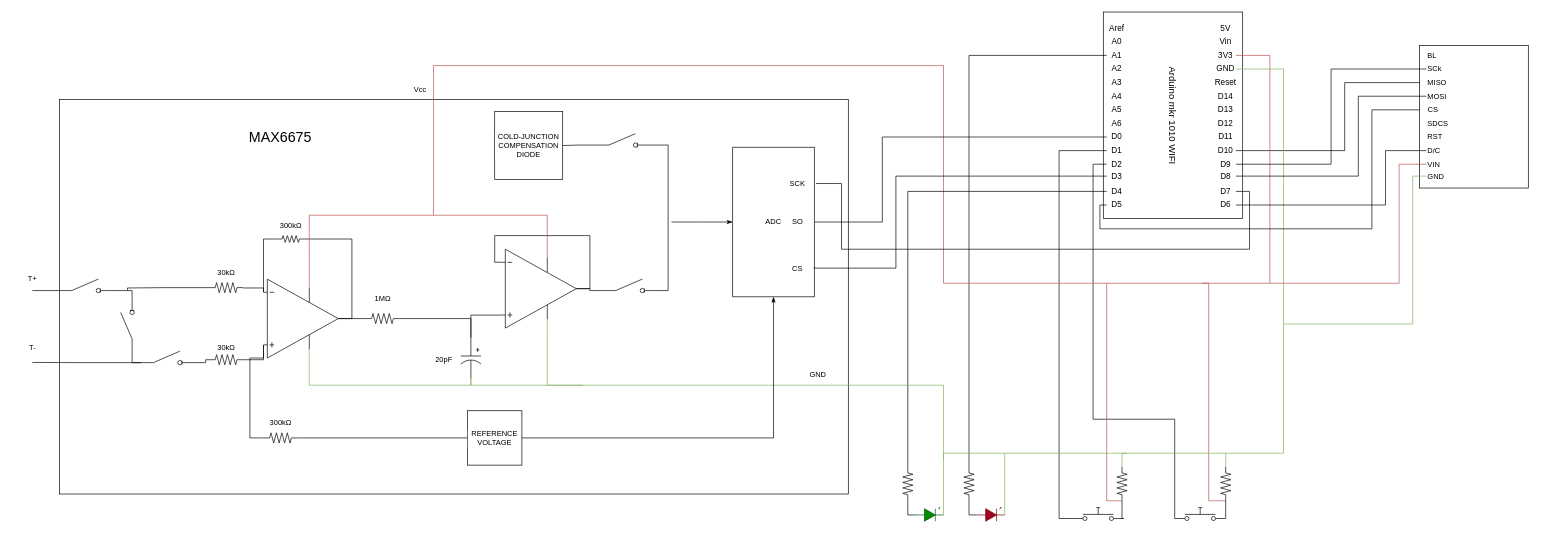
Gonram0s/pomodoro keeps this draw.io diagram as Diagrama sem nome.drawio. Above is the earlier version. Source tidied: cells renumbered, new cells numbered last; positions are measured from the earlier drawing's top-left corner, leaving out a move shared by most shapes. Both pictures are drawn from the tidied source at 68%, with x=0, y=0 at pixel (18, 24).
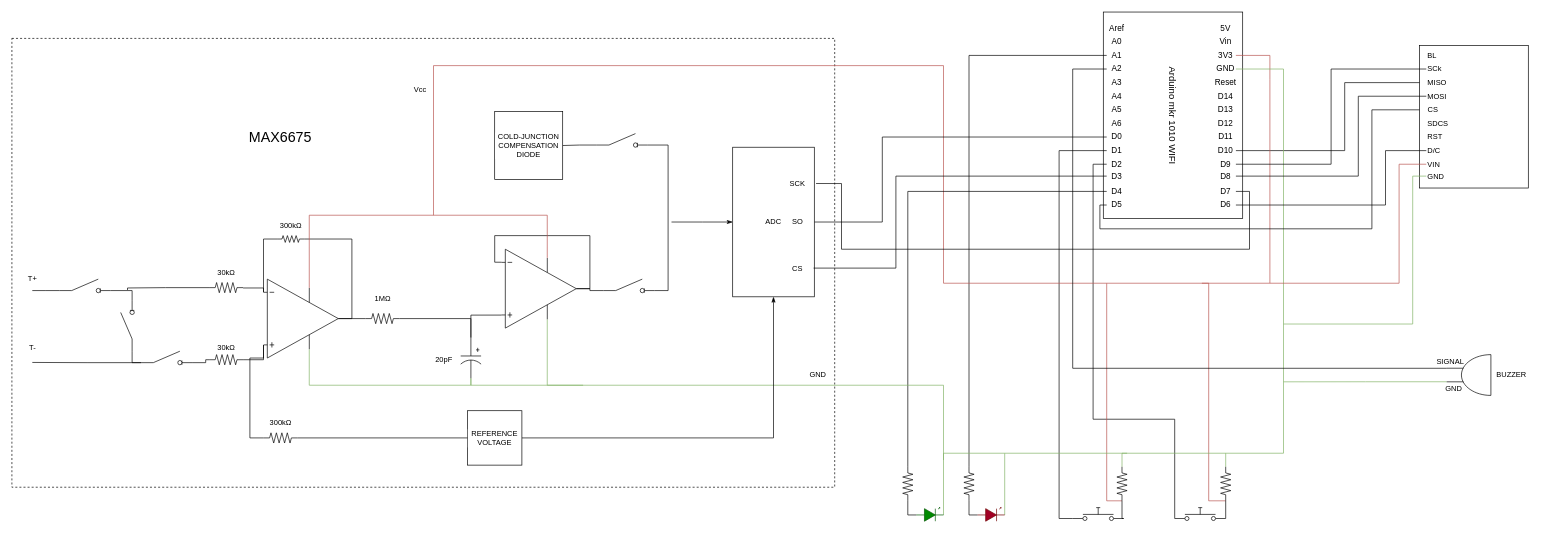
The same diagram, later.

The change refers to these unchanged cells:
```xml
<mxCell id="7" value="A2" style="text;html=1;align=center;verticalAlign=middle;whiteSpace=wrap;rounded=0;" parent="1" vertex="1">
  <mxGeometry x="1600" y="60" width="30" height="10" as="geometry" />
</mxCell>
```

Diff of the diagram source:
```diff
@@
-    <mxCell id="3" style="rounded=0;whiteSpace=wrap;html=1;fontFamily=Helvetica;fontSize=11;fontColor=default;labelBackgroundColor=default;fillColor=none;strokeColor=default;imageAspect=1;" parent="1" vertex="1">
-      <mxGeometry x="60" y="110" width="1160" height="580" as="geometry" />
+    <mxCell id="3" style="rounded=0;whiteSpace=wrap;html=1;fontFamily=Helvetica;fontSize=11;fontColor=default;labelBackgroundColor=default;fillColor=none;strokeColor=default;imageAspect=1;dashed=1;" parent="1" vertex="1">
+      <mxGeometry x="-10" y="20" width="1210" height="660" as="geometry" />
     </mxCell>
@@
+    <mxCell id="132" style="edgeStyle=orthogonalEdgeStyle;rounded=0;jettySize=auto;html=1;exitX=1;exitY=0.665;exitDx=0;exitDy=0;exitPerimeter=0;entryX=0;entryY=0.5;entryDx=0;entryDy=0;endArrow=none;endFill=0;" parent="1" edge="1" source="134" target="7">
+      <mxGeometry relative="1" as="geometry">
+        <Array as="points">
+          <mxPoint x="1550" y="505" />
+          <mxPoint x="1550" y="65" />
+        </Array>
+      </mxGeometry>
+    </mxCell>
+    <mxCell id="133" style="edgeStyle=orthogonalEdgeStyle;rounded=0;jettySize=auto;html=1;exitX=1;exitY=0.335;exitDx=0;exitDy=0;exitPerimeter=0;strokeColor=#82b366;align=center;verticalAlign=middle;fontFamily=Helvetica;fontSize=11;fontColor=default;labelBackgroundColor=default;endArrow=none;endFill=0;fillColor=#d5e8d4;" parent="1" edge="1" source="134">
+      <mxGeometry relative="1" as="geometry">
+        <mxPoint x="1860" y="525" as="targetPoint" />
+      </mxGeometry>
+    </mxCell>
+    <mxCell id="134" style="verticalLabelPosition=bottom;shadow=0;dashed=0;align=center;html=1;verticalAlign=top;shape=mxgraph.electrical.electro-mechanical.buzzer;direction=west;" parent="1" vertex="1">
+      <mxGeometry x="2100" y="485" width="65" height="60" as="geometry" />
+    </mxCell>
+    <mxCell id="135" value="GND" style="text;html=1;align=center;verticalAlign=middle;strokeColor=none;fillColor=none;fontFamily=Helvetica;fontSize=11;fontColor=default;labelBackgroundColor=default;" parent="1" vertex="1">
+      <mxGeometry x="2085" y="520" width="50" height="30" as="geometry" />
+    </mxCell>
+    <mxCell id="136" value="SIGNAL" style="text;html=1;align=center;verticalAlign=middle;strokeColor=none;fillColor=none;fontFamily=Helvetica;fontSize=11;fontColor=default;labelBackgroundColor=default;" parent="1" vertex="1">
+      <mxGeometry x="2075" y="480" width="60" height="30" as="geometry" />
+    </mxCell>
+    <mxCell id="137" value="BUZZER" style="text;html=1;align=center;verticalAlign=middle;strokeColor=none;fillColor=none;fontFamily=Helvetica;fontSize=11;fontColor=default;labelBackgroundColor=default;" parent="1" vertex="1">
+      <mxGeometry x="2160" y="500" width="70" height="30" as="geometry" />
+    </mxCell>
```
